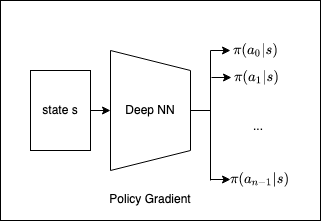
Earlier version of the draw.io export src/diagrams/policy_gradient.png (analytiq-hub/sigagent.github.io). Source tidied: cells renumbered, new cells last; positions are measured from the earlier drawing's top-left corner, leaving out a move shared by most shapes. Its diagram source:
```xml
<mxGraphModel math="1">
  <root>
    <mxCell id="0" />
    <mxCell id="1" parent="0" />
    <mxCell id="2" style="rounded=0;whiteSpace=wrap;html=1;" parent="1" vertex="1">
      <mxGeometry width="320" height="220" as="geometry" />
    </mxCell>
    <mxCell id="3" style="edgeStyle=orthogonalEdgeStyle;rounded=0;jettySize=auto;html=1;exitX=1;exitY=0.5;exitDx=0;exitDy=0;entryX=0.5;entryY=1;entryDx=0;entryDy=0;" parent="1" edge="1" source="4" target="5">
      <mxGeometry relative="1" as="geometry" />
    </mxCell>
    <mxCell id="4" value="state s" style="rounded=0;whiteSpace=wrap;html=1;" parent="1" vertex="1">
      <mxGeometry x="30" y="70" width="60" height="80" as="geometry" />
    </mxCell>
    <mxCell id="5" value="Deep NN" style="shape=trapezoid;perimeter=trapezoidPerimeter;whiteSpace=wrap;html=1;fixedSize=1;direction=south;" parent="1" vertex="1">
      <mxGeometry x="110" y="50" width="80" height="120" as="geometry" />
    </mxCell>
    <mxCell id="6" style="endArrow=none;html=1;" parent="1" edge="1">
      <mxGeometry relative="1" as="geometry">
        <mxPoint x="210" y="180" as="sourcePoint" />
        <mxPoint x="210" y="50" as="targetPoint" />
      </mxGeometry>
    </mxCell>
    <mxCell id="7" style="endArrow=none;html=1;exitX=0.5;exitY=0;exitDx=0;exitDy=0;" parent="1" edge="1" source="5">
      <mxGeometry relative="1" as="geometry">
        <mxPoint x="210" y="110" as="targetPoint" />
      </mxGeometry>
    </mxCell>
    <mxCell id="8" style="endArrow=classic;html=1;" parent="1" edge="1">
      <mxGeometry relative="1" as="geometry">
        <mxPoint x="210" y="50" as="sourcePoint" />
        <mxPoint x="230" y="50" as="targetPoint" />
      </mxGeometry>
    </mxCell>
    <mxCell id="9" value="&lt;div&gt;$$\pi(a_0 \vert s)$$&lt;/div&gt;" style="text;html=1;strokeColor=none;fillColor=none;align=center;verticalAlign=middle;whiteSpace=wrap;rounded=0;" parent="1" vertex="1">
      <mxGeometry x="230" y="40" width="50" height="20" as="geometry" />
    </mxCell>
    <mxCell id="10" value="&lt;div&gt;$$\pi(a_1 \vert s)$$&lt;/div&gt;" style="text;html=1;strokeColor=none;fillColor=none;align=center;verticalAlign=middle;whiteSpace=wrap;rounded=0;" parent="1" vertex="1">
      <mxGeometry x="231" y="67" width="50" height="20" as="geometry" />
    </mxCell>
    <mxCell id="11" value="&lt;div&gt;$$\pi(a_{n-1} \vert s)$$&lt;/div&gt;" style="text;html=1;strokeColor=none;fillColor=none;align=center;verticalAlign=middle;whiteSpace=wrap;rounded=0;" parent="1" vertex="1">
      <mxGeometry x="235" y="169" width="50" height="20" as="geometry" />
    </mxCell>
    <mxCell id="12" value="&lt;div&gt;...&lt;/div&gt;" style="text;html=1;strokeColor=none;fillColor=none;align=center;verticalAlign=middle;whiteSpace=wrap;rounded=0;" parent="1" vertex="1">
      <mxGeometry x="233" y="116" width="50" height="20" as="geometry" />
    </mxCell>
    <mxCell id="13" style="endArrow=classic;html=1;" parent="1" edge="1">
      <mxGeometry relative="1" as="geometry">
        <mxPoint x="211" y="77" as="sourcePoint" />
        <mxPoint x="231" y="77" as="targetPoint" />
      </mxGeometry>
    </mxCell>
    <mxCell id="14" style="endArrow=classic;html=1;" parent="1" edge="1">
      <mxGeometry relative="1" as="geometry">
        <mxPoint x="210" y="179" as="sourcePoint" />
        <mxPoint x="230" y="179" as="targetPoint" />
      </mxGeometry>
    </mxCell>
    <mxCell id="15" value="Policy Gradient" style="text;html=1;strokeColor=none;fillColor=none;align=center;verticalAlign=middle;whiteSpace=wrap;rounded=0;" parent="1" vertex="1">
      <mxGeometry x="50" y="189" width="200" height="20" as="geometry" />
    </mxCell>
  </root>
</mxGraphModel>
```
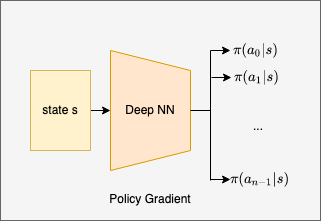
Later version of the same file.

Change to the diagram source:
```diff
@@ -2,16 +2,16 @@
   <root>
     <mxCell id="0" />
     <mxCell id="1" parent="0" />
-    <mxCell id="2" style="rounded=0;whiteSpace=wrap;html=1;" parent="1" vertex="1">
+    <mxCell id="2" style="rounded=0;whiteSpace=wrap;html=1;fillColor=#f5f5f5;strokeColor=#666666;fontColor=#333333;" parent="1" vertex="1">
       <mxGeometry width="320" height="220" as="geometry" />
     </mxCell>
     <mxCell id="3" style="edgeStyle=orthogonalEdgeStyle;rounded=0;jettySize=auto;html=1;exitX=1;exitY=0.5;exitDx=0;exitDy=0;entryX=0.5;entryY=1;entryDx=0;entryDy=0;" parent="1" edge="1" source="4" target="5">
       <mxGeometry relative="1" as="geometry" />
     </mxCell>
-    <mxCell id="4" value="state s" style="rounded=0;whiteSpace=wrap;html=1;" parent="1" vertex="1">
+    <mxCell id="4" value="state s" style="rounded=0;whiteSpace=wrap;html=1;fillColor=#fff2cc;strokeColor=#d6b656;" parent="1" vertex="1">
       <mxGeometry x="30" y="70" width="60" height="80" as="geometry" />
     </mxCell>
-    <mxCell id="5" value="Deep NN" style="shape=trapezoid;perimeter=trapezoidPerimeter;whiteSpace=wrap;html=1;fixedSize=1;direction=south;" parent="1" vertex="1">
+    <mxCell id="5" value="Deep NN" style="shape=trapezoid;perimeter=trapezoidPerimeter;whiteSpace=wrap;html=1;fixedSize=1;direction=south;fillColor=#ffe6cc;strokeColor=#d79b00;" parent="1" vertex="1">
       <mxGeometry x="110" y="50" width="80" height="120" as="geometry" />
     </mxCell>
     <mxCell id="6" style="endArrow=none;html=1;" parent="1" edge="1">
```
